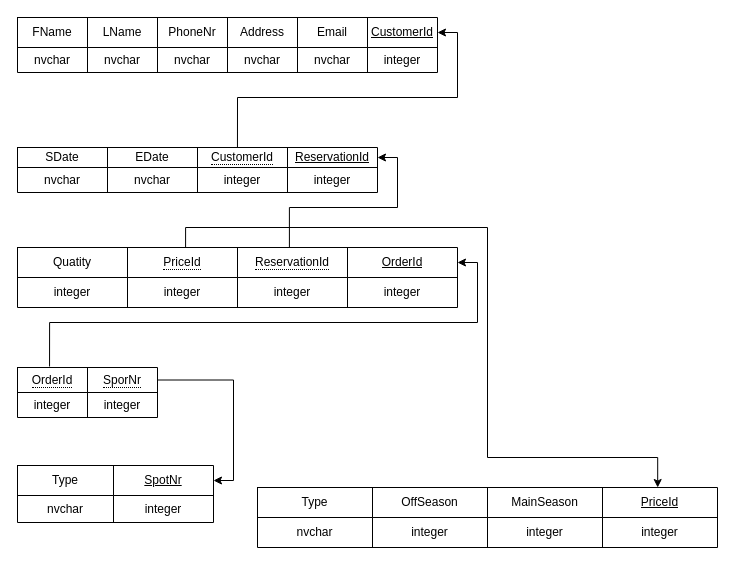
Before: Documentation/RDS Diagram.drawio in emils0/Campingpladsen, a draw.io diagram. Source tidied: cells renumbered, new cells numbered last; positions are measured from the earlier drawing's top-left corner, leaving out a move shared by most shapes. Both pictures are drawn from the tidied source at 100%, with x=0, y=0 at pixel (17, 17).
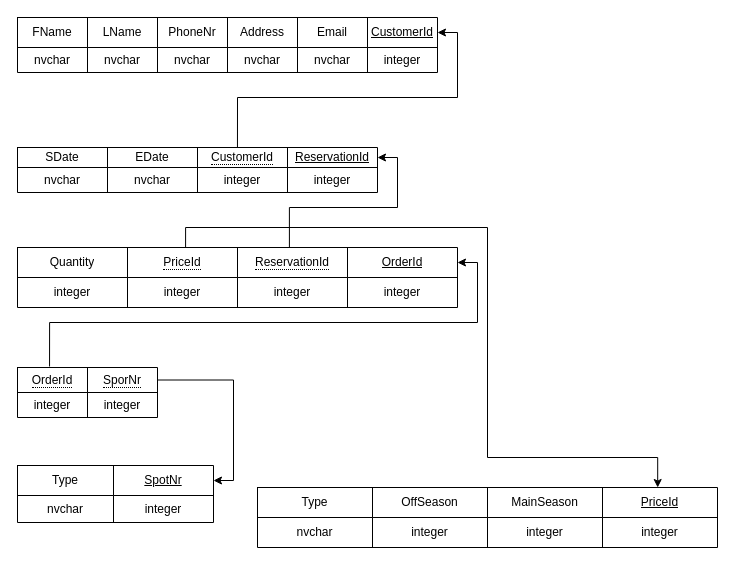
After the change.

The change refers to these unchanged cells:
```xml
<mxCell id="39" style="shape=partialRectangle;fillColor=none;top=0;left=0;bottom=0;right=0;points=[[0,0.5],[1,0.5]];portConstraint=eastwest;" parent="38" vertex="1">
  <mxGeometry width="440" height="30" as="geometry" />
</mxCell>
```

Diff of the diagram source:
```diff
@@
-    <mxCell id="40" value="Quatity" style="shape=partialRectangle;html=1;whiteSpace=wrap;overflow=hidden;fillColor=none;top=0;left=0;bottom=0;right=0;" parent="39" vertex="1">
+    <mxCell id="40" value="Quantity" style="shape=partialRectangle;html=1;whiteSpace=wrap;overflow=hidden;fillColor=none;top=0;left=0;bottom=0;right=0;" parent="39" vertex="1">
       <mxGeometry width="110" height="30" as="geometry" />
     </mxCell>
```
